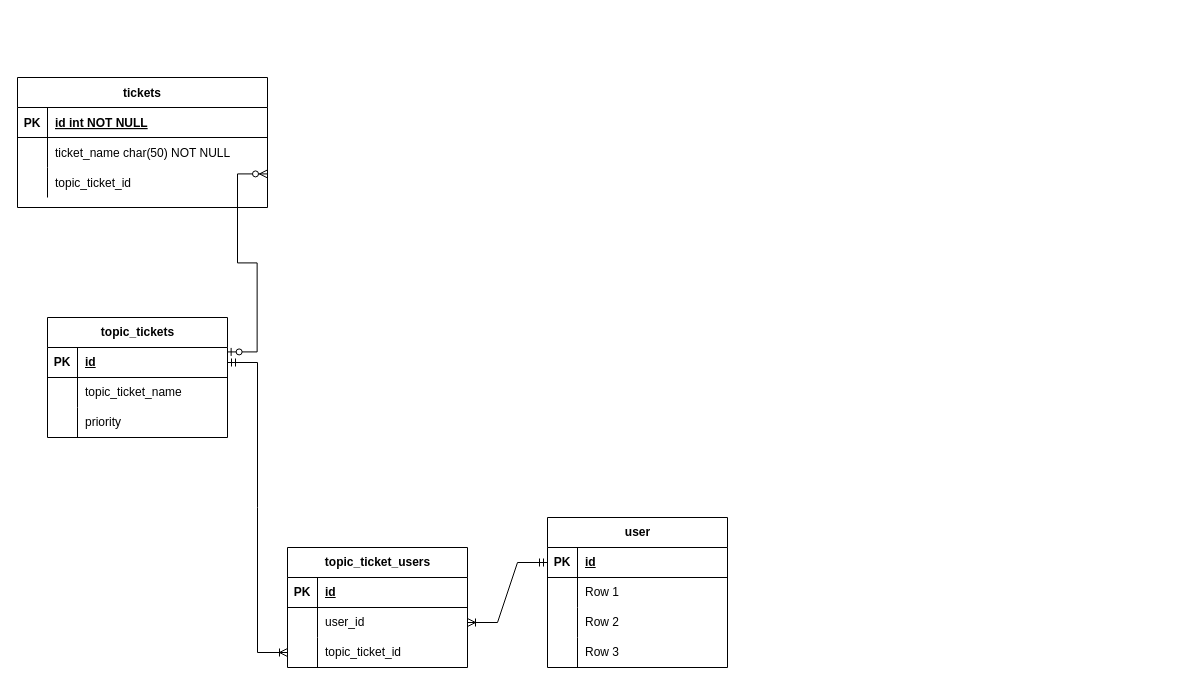
Before: Diagrama sin título.drawio in jhaineymilevis/diagrams, a draw.io diagram. Source tidied: cells renumbered, new cells numbered last; positions are measured from the earlier drawing's top-left corner, leaving out a move shared by most shapes. Both pictures are drawn from the tidied source at 100%, with x=0, y=0 at pixel (17, 77).
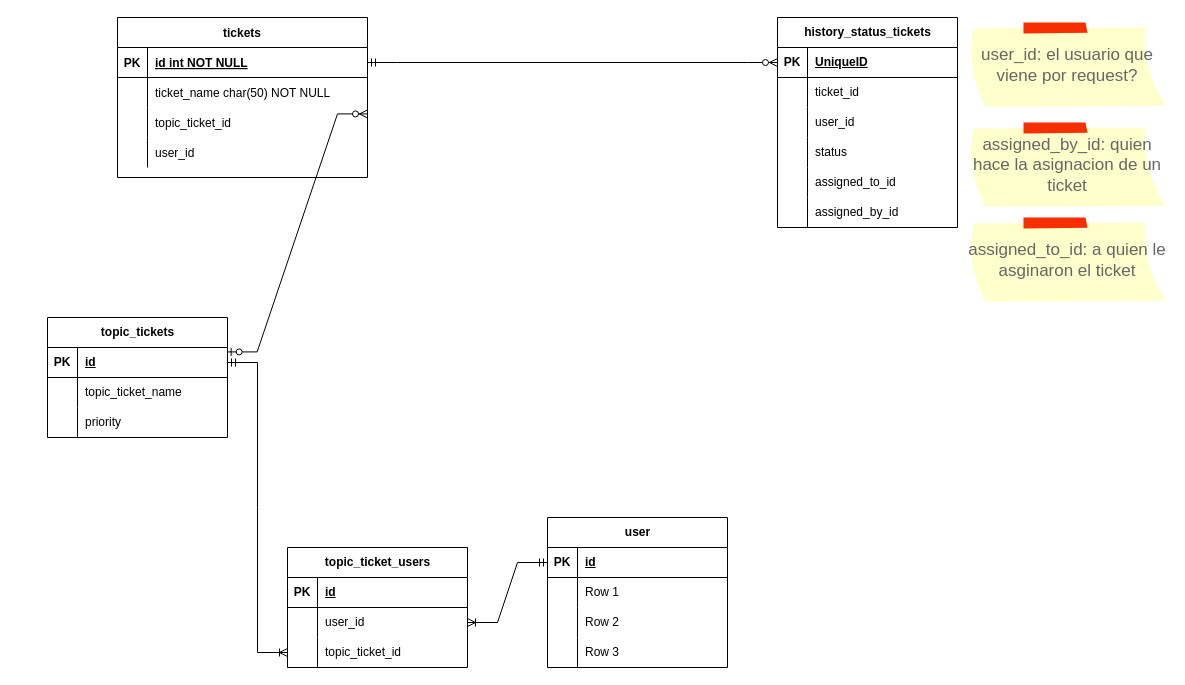
Above is the later version.

The change refers to these unchanged cells:
```xml
<mxCell id="3" style="shape=partialRectangle;fillColor=none;points=[[0,0.5],[1,0.5]];portConstraint=eastwest;top=0;left=0;right=0;bottom=1;" parent="2" vertex="1">
  <mxGeometry y="30" width="250" height="30" as="geometry" />
</mxCell>
```

The edit, as a diff of the source:
```diff
@@
     <mxCell id="2" value="tickets" style="shape=table;startSize=30;childLayout=tableLayout;rowLines=0;fontStyle=1;align=center;" parent="1" vertex="1">
-      <mxGeometry width="250" height="130" as="geometry" />
+      <mxGeometry x="100" y="-60" width="250" height="160" as="geometry" />
     </mxCell>
@@
+    <mxCell id="48" style="shape=partialRectangle;fillColor=none;top=0;left=0;right=0;bottom=0;" parent="2" vertex="1">
+      <mxGeometry y="120" width="250" height="30" as="geometry" />
+    </mxCell>
+    <mxCell id="49" style="shape=partialRectangle;overflow=hidden;fillColor=none;top=0;left=0;bottom=0;right=0;" parent="48" vertex="1">
+      <mxGeometry width="30" height="30" as="geometry" />
+    </mxCell>
+    <mxCell id="50" value="user_id" style="shape=partialRectangle;overflow=hidden;fillColor=none;top=0;left=0;bottom=0;right=0;align=left;spacingLeft=6;" parent="48" vertex="1">
+      <mxGeometry x="30" width="220" height="30" as="geometry" />
+    </mxCell>
@@
+    <mxCell id="51" value="history_status_tickets" style="shape=table;startSize=30;childLayout=tableLayout;rowLines=0;fontStyle=1;align=center;html=1;" parent="1" vertex="1">
+      <mxGeometry x="760" y="-60" width="180" height="210" as="geometry" />
+    </mxCell>
+    <mxCell id="52" style="shape=tableRow;horizontal=0;startSize=0;swimlaneHead=0;swimlaneBody=0;fillColor=none;points=[[0,0.5],[1,0.5]];portConstraint=eastwest;top=0;left=0;right=0;bottom=1;" parent="51" vertex="1">
+      <mxGeometry y="30" width="180" height="30" as="geometry" />
+    </mxCell>
+    <mxCell id="53" value="PK" style="shape=partialRectangle;fillColor=none;top=0;left=0;bottom=0;right=0;fontStyle=1;overflow=hidden;whiteSpace=wrap;html=1;" parent="52" vertex="1">
+      <mxGeometry width="30" height="30" as="geometry" />
+    </mxCell>
+    <mxCell id="54" value="UniqueID" style="shape=partialRectangle;fillColor=none;top=0;left=0;bottom=0;right=0;align=left;spacingLeft=6;fontStyle=5;overflow=hidden;whiteSpace=wrap;html=1;" parent="52" vertex="1">
+      <mxGeometry x="30" width="150" height="30" as="geometry" />
+    </mxCell>
+    <mxCell id="55" style="shape=tableRow;horizontal=0;startSize=0;swimlaneHead=0;swimlaneBody=0;fillColor=none;top=0;left=0;right=0;bottom=0;" parent="51" vertex="1">
+      <mxGeometry y="60" width="180" height="30" as="geometry" />
+    </mxCell>
+    <mxCell id="56" style="shape=partialRectangle;fillColor=none;top=0;left=0;bottom=0;right=0;overflow=hidden;whiteSpace=wrap;html=1;" parent="55" vertex="1">
+      <mxGeometry width="30" height="30" as="geometry" />
+    </mxCell>
+    <mxCell id="57" value="ticket_id" style="shape=partialRectangle;fillColor=none;top=0;left=0;bottom=0;right=0;align=left;spacingLeft=6;overflow=hidden;whiteSpace=wrap;html=1;" parent="55" vertex="1">
+      <mxGeometry x="30" width="150" height="30" as="geometry" />
+    </mxCell>
+    <mxCell id="58" style="shape=tableRow;horizontal=0;startSize=0;swimlaneHead=0;swimlaneBody=0;fillColor=none;top=0;left=0;right=0;bottom=0;" parent="51" vertex="1">
+      <mxGeometry y="90" width="180" height="30" as="geometry" />
+    </mxCell>
+    <mxCell id="59" style="shape=partialRectangle;fillColor=none;top=0;left=0;bottom=0;right=0;overflow=hidden;whiteSpace=wrap;html=1;" parent="58" vertex="1">
+      <mxGeometry width="30" height="30" as="geometry" />
+    </mxCell>
+    <mxCell id="60" value="user_id" style="shape=partialRectangle;fillColor=none;top=0;left=0;bottom=0;right=0;align=left;spacingLeft=6;overflow=hidden;whiteSpace=wrap;html=1;" parent="58" vertex="1">
+      <mxGeometry x="30" width="150" height="30" as="geometry" />
+    </mxCell>
+    <mxCell id="61" style="shape=tableRow;horizontal=0;startSize=0;swimlaneHead=0;swimlaneBody=0;fillColor=none;top=0;left=0;right=0;bottom=0;" parent="51" vertex="1">
+      <mxGeometry y="120" width="180" height="30" as="geometry" />
+    </mxCell>
+    <mxCell id="62" style="shape=partialRectangle;fillColor=none;top=0;left=0;bottom=0;right=0;overflow=hidden;whiteSpace=wrap;html=1;" parent="61" vertex="1">
+      <mxGeometry width="30" height="30" as="geometry" />
+    </mxCell>
+    <mxCell id="63" value="status" style="shape=partialRectangle;fillColor=none;top=0;left=0;bottom=0;right=0;align=left;spacingLeft=6;overflow=hidden;whiteSpace=wrap;html=1;" parent="61" vertex="1">
+      <mxGeometry x="30" width="150" height="30" as="geometry" />
+    </mxCell>
+    <mxCell id="64" style="shape=tableRow;horizontal=0;startSize=0;swimlaneHead=0;swimlaneBody=0;fillColor=none;top=0;left=0;right=0;bottom=0;" parent="51" vertex="1">
+      <mxGeometry y="150" width="180" height="30" as="geometry" />
+    </mxCell>
+    <mxCell id="65" style="shape=partialRectangle;fillColor=none;top=0;left=0;bottom=0;right=0;overflow=hidden;whiteSpace=wrap;html=1;" parent="64" vertex="1">
+      <mxGeometry width="30" height="30" as="geometry" />
+    </mxCell>
+    <mxCell id="66" value="assigned_to_id" style="shape=partialRectangle;fillColor=none;top=0;left=0;bottom=0;right=0;align=left;spacingLeft=6;overflow=hidden;whiteSpace=wrap;html=1;" parent="64" vertex="1">
+      <mxGeometry x="30" width="150" height="30" as="geometry" />
+    </mxCell>
+    <mxCell id="67" style="shape=tableRow;horizontal=0;startSize=0;swimlaneHead=0;swimlaneBody=0;fillColor=none;top=0;left=0;right=0;bottom=0;" parent="51" vertex="1">
+      <mxGeometry y="180" width="180" height="30" as="geometry" />
+    </mxCell>
+    <mxCell id="68" style="shape=partialRectangle;fillColor=none;top=0;left=0;bottom=0;right=0;overflow=hidden;whiteSpace=wrap;html=1;" parent="67" vertex="1">
+      <mxGeometry width="30" height="30" as="geometry" />
+    </mxCell>
+    <mxCell id="69" value="assigned_by_id" style="shape=partialRectangle;fillColor=none;top=0;left=0;bottom=0;right=0;align=left;spacingLeft=6;overflow=hidden;whiteSpace=wrap;html=1;" parent="67" vertex="1">
+      <mxGeometry x="30" width="150" height="30" as="geometry" />
+    </mxCell>
+    <mxCell id="70" style="edgeStyle=entityRelationEdgeStyle;fontSize=12;html=1;endArrow=ERzeroToMany;startArrow=ERmandOne;rounded=0;exitX=1;exitY=0.5;exitDx=0;exitDy=0;entryX=0;entryY=0.5;entryDx=0;entryDy=0;" parent="1" edge="1" source="3" target="52">
+      <mxGeometry relative="1" as="geometry" />
+    </mxCell>
+    <mxCell id="71" value="user_id: el usuario que viene por request?" style="strokeWidth=1;shadow=0;dashed=0;align=center;html=1;shape=mxgraph.mockup.text.stickyNote2;fontColor=#666666;mainText=;fontSize=17;whiteSpace=wrap;fillColor=#ffffcc;strokeColor=#F62E00;" parent="1" vertex="1">
+      <mxGeometry x="950" y="-55" width="200" height="85" as="geometry" />
+    </mxCell>
+    <mxCell id="72" value="assigned_by_id: quien hace la asignacion de un ticket&lt;br&gt;" style="strokeWidth=1;shadow=0;dashed=0;align=center;html=1;shape=mxgraph.mockup.text.stickyNote2;fontColor=#666666;mainText=;fontSize=17;whiteSpace=wrap;fillColor=#ffffcc;strokeColor=#F62E00;" parent="1" vertex="1">
+      <mxGeometry x="950" y="45" width="200" height="85" as="geometry" />
+    </mxCell>
+    <mxCell id="73" value="assigned_to_id: a quien le asginaron el ticket" style="strokeWidth=1;shadow=0;dashed=0;align=center;html=1;shape=mxgraph.mockup.text.stickyNote2;fontColor=#666666;mainText=;fontSize=17;whiteSpace=wrap;fillColor=#ffffcc;strokeColor=#F62E00;" parent="1" vertex="1">
+      <mxGeometry x="950" y="140" width="200" height="85" as="geometry" />
+    </mxCell>
```
